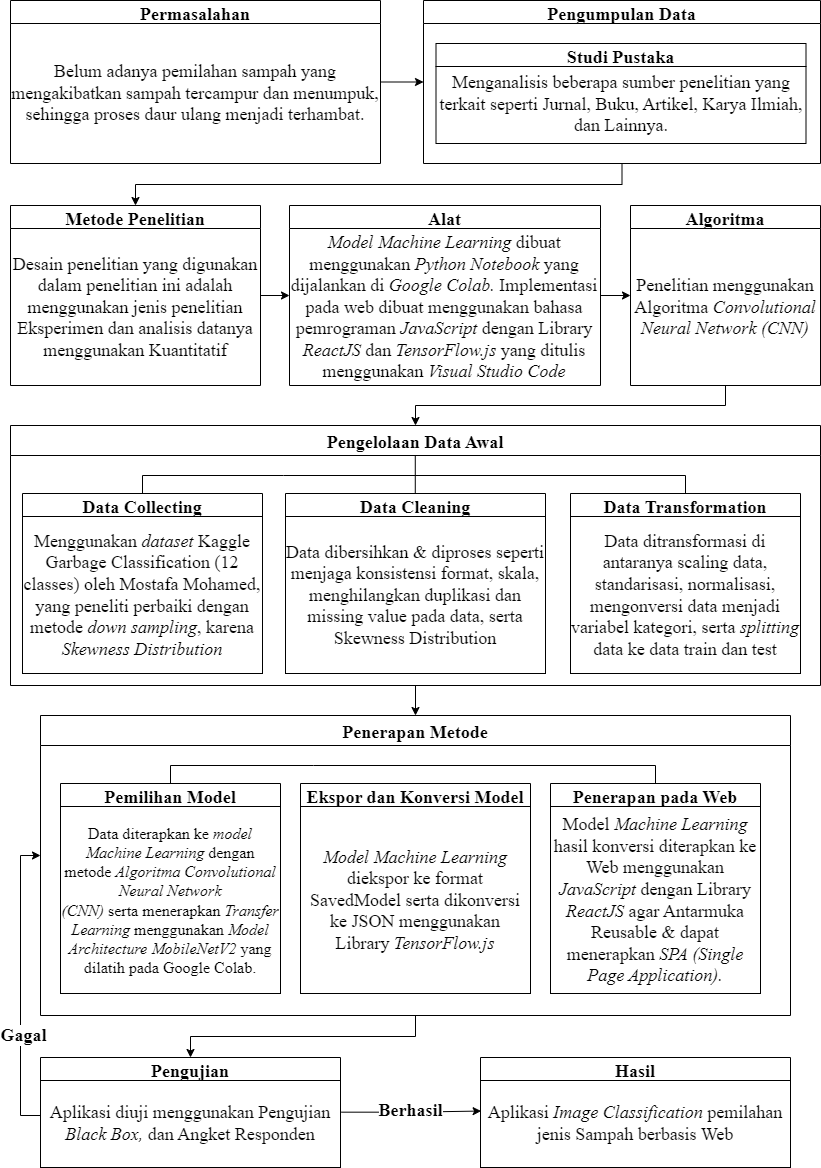
The draw.io diagram mindmap setelah sempro.drawio.png in virgiawankusuma/drawio-archive-skripsi, before a commit. Source tidied: cells renumbered, new cells last; positions are measured from the earlier drawing's top-left corner, leaving out a move shared by most shapes. The source it was exported from:
```xml
<mxGraphModel>
  <root>
    <mxCell id="0" />
    <mxCell id="1" parent="0" />
    <mxCell id="2" style="edgeStyle=orthogonalEdgeStyle;rounded=0;jettySize=auto;html=1;exitX=0.5;exitY=1;exitDx=0;exitDy=0;entryX=0.5;entryY=0;entryDx=0;entryDy=0;fontSize=10;" parent="1" edge="1" source="3" target="20">
      <mxGeometry relative="1" as="geometry" />
    </mxCell>
    <mxCell id="3" value="Pengelolaan Data Awal" style="swimlane;fontFamily=Times New Roman;fontSize=18;startSize=30;" parent="1" vertex="1">
      <mxGeometry y="425" width="810" height="260" as="geometry" />
    </mxCell>
    <mxCell id="4" value="Data Collecting" style="swimlane;fontFamily=Times New Roman;fontSize=18;" parent="3" vertex="1">
      <mxGeometry x="12" y="68" width="240" height="180" as="geometry" />
    </mxCell>
    <mxCell id="5" value="&lt;font style=&quot;font-size: 18px;&quot;&gt;&lt;span style=&quot;background-color: initial; font-size: 18px;&quot;&gt;Menggunakan &lt;i style=&quot;font-size: 18px;&quot;&gt;dataset &lt;/i&gt;Kaggle Garbage Classification (12 classes) oleh Mostafa Mohamed, yang peneliti perbaiki dengan metode &lt;i style=&quot;font-size: 18px;&quot;&gt;down sampling&lt;/i&gt;, karena &lt;i style=&quot;font-size: 18px;&quot;&gt;Skewness Distribution&lt;/i&gt;&lt;br style=&quot;font-size: 18px;&quot;&gt;&lt;/span&gt;&lt;/font&gt;" style="rounded=0;whiteSpace=wrap;html=1;fontFamily=Times New Roman;fontSize=18;" parent="4" vertex="1">
      <mxGeometry y="23" width="240" height="157" as="geometry" />
    </mxCell>
    <mxCell id="6" value="Data Cleaning" style="swimlane;fontFamily=Times New Roman;fontSize=18;" parent="3" vertex="1">
      <mxGeometry x="275" y="68" width="260" height="180" as="geometry" />
    </mxCell>
    <mxCell id="7" value="&lt;font face=&quot;Times New Roman&quot; style=&quot;font-size: 18px;&quot;&gt;Data dibersihkan &amp;amp; diproses seperti menjaga konsistensi format, skala, menghilangkan duplikasi dan missing value pada data, serta Skewness Distribution&lt;/font&gt;" style="rounded=0;whiteSpace=wrap;html=1;fontFamily=Helvetica;fontSize=12;" parent="6" vertex="1">
      <mxGeometry y="23" width="260" height="157" as="geometry" />
    </mxCell>
    <mxCell id="8" style="endArrow=none;html=1;rounded=0;fontSize=10;entryX=0.5;entryY=0;entryDx=0;entryDy=0;exitX=0.5;exitY=0;exitDx=0;exitDy=0;" parent="3" edge="1" source="4" target="9">
      <mxGeometry relative="1" as="geometry">
        <Array as="points">
          <mxPoint x="132" y="50" />
          <mxPoint x="273" y="50" />
          <mxPoint x="675" y="50" />
        </Array>
      </mxGeometry>
    </mxCell>
    <mxCell id="9" value="Data Transformation" style="swimlane;fontFamily=Times New Roman;fontSize=18;" parent="3" vertex="1">
      <mxGeometry x="560" y="68" width="230" height="180" as="geometry" />
    </mxCell>
    <mxCell id="10" value="&lt;font style=&quot;font-size: 18px;&quot;&gt;Data ditransformasi di antaranya scaling data, standarisasi, normalisasi, mengonversi data menjadi variabel kategori, serta &lt;i style=&quot;font-size: 18px;&quot;&gt;splitting&lt;/i&gt; data ke data train dan test&lt;/font&gt;" style="rounded=0;whiteSpace=wrap;html=1;fontFamily=Times New Roman;fontSize=18;" parent="9" vertex="1">
      <mxGeometry y="23" width="230" height="157" as="geometry" />
    </mxCell>
    <mxCell id="11" style="endArrow=none;html=1;rounded=0;fontSize=10;exitX=0.5;exitY=0;exitDx=0;exitDy=0;" parent="3" edge="1">
      <mxGeometry relative="1" as="geometry">
        <mxPoint x="404.8" y="68" as="sourcePoint" />
        <mxPoint x="404.8" y="30" as="targetPoint" />
      </mxGeometry>
    </mxCell>
    <mxCell id="12" style="edgeStyle=orthogonalEdgeStyle;rounded=0;jettySize=auto;html=1;fontSize=12;" parent="1" edge="1" source="15">
      <mxGeometry relative="1" as="geometry">
        <mxPoint x="30" y="855" as="targetPoint" />
        <Array as="points">
          <mxPoint x="10" y="1115" />
          <mxPoint x="10" y="855" />
        </Array>
      </mxGeometry>
    </mxCell>
    <mxCell id="13" value="&lt;b style=&quot;font-size: 18px;&quot;&gt;Gagal&lt;/b&gt;" style="edgeLabel;html=1;align=center;verticalAlign=middle;fontSize=18;fontFamily=Times New Roman;" parent="12" vertex="1">
      <mxGeometry x="-0.43" y="4" relative="1" as="geometry">
        <mxPoint x="6" y="-14" as="offset" />
      </mxGeometry>
    </mxCell>
    <mxCell id="14" value="&lt;b style=&quot;font-size: 18px;&quot;&gt;Berhasil&lt;/b&gt;" style="edgeStyle=orthogonalEdgeStyle;rounded=0;jettySize=auto;html=1;entryX=0.002;entryY=0.351;entryDx=0;entryDy=0;fontSize=18;entryPerimeter=0;fontFamily=Times New Roman;exitX=1.003;exitY=0.364;exitDx=0;exitDy=0;exitPerimeter=0;" parent="1" edge="1" source="16" target="18">
      <mxGeometry relative="1" as="geometry" />
    </mxCell>
    <mxCell id="15" value="Pengujian" style="swimlane;fontFamily=Times New Roman;fontSize=18;" parent="1" vertex="1">
      <mxGeometry x="30" y="1057" width="300" height="110" as="geometry" />
    </mxCell>
    <mxCell id="16" value="&lt;font face=&quot;Times New Roman&quot; style=&quot;font-size: 18px;&quot;&gt;Aplikasi diuji menggunakan Pengujian &lt;i&gt;Black Box, &lt;/i&gt;dan Angket Responden&lt;/font&gt;" style="rounded=0;whiteSpace=wrap;html=1;fontFamily=Helvetica;fontSize=12;" parent="15" vertex="1">
      <mxGeometry y="23" width="300" height="87" as="geometry" />
    </mxCell>
    <mxCell id="17" value="Hasil" style="swimlane;fontFamily=Times New Roman;fontSize=18;startSize=23;" parent="1" vertex="1">
      <mxGeometry x="470" y="1057" width="310" height="110" as="geometry" />
    </mxCell>
    <mxCell id="18" value="&lt;font style=&quot;font-size: 18px;&quot; face=&quot;Times New Roman&quot;&gt;Aplikasi &lt;i&gt;Image Classification&lt;/i&gt; pemilahan jenis Sampah berbasis Web&lt;/font&gt;" style="rounded=0;whiteSpace=wrap;html=1;fontFamily=Helvetica;fontSize=12;" parent="17" vertex="1">
      <mxGeometry y="23" width="310" height="87" as="geometry" />
    </mxCell>
    <mxCell id="19" style="edgeStyle=orthogonalEdgeStyle;rounded=0;jettySize=auto;html=1;exitX=0.5;exitY=1;exitDx=0;exitDy=0;" parent="1" edge="1" source="20" target="15">
      <mxGeometry relative="1" as="geometry" />
    </mxCell>
    <mxCell id="20" value="Penerapan Metode" style="swimlane;fontFamily=Times New Roman;fontSize=18;startSize=30;" parent="1" vertex="1">
      <mxGeometry x="30" y="715" width="750" height="300" as="geometry" />
    </mxCell>
    <mxCell id="21" value="Pemilihan Model" style="swimlane;fontFamily=Times New Roman;fontSize=18;" parent="20" vertex="1">
      <mxGeometry x="20" y="68" width="220" height="202" as="geometry" />
    </mxCell>
    <mxCell id="22" value="&lt;font face=&quot;Times New Roman&quot; style=&quot;font-size: 16px;&quot;&gt;Data diterapkan ke &lt;i&gt;model Machine Learning&lt;/i&gt;&amp;nbsp;dengan metode &lt;i&gt;Algoritma&amp;nbsp;Convolutional Neural Network (CNN)&amp;nbsp;&lt;/i&gt;serta&amp;nbsp;menerapkan &lt;i&gt;Transfer Learning &lt;/i&gt;menggunakan &lt;i&gt;Model Architecture MobileNetV2&lt;/i&gt;&amp;nbsp;yang dilatih pada Google Colab.&lt;/font&gt;" style="rounded=0;whiteSpace=wrap;html=1;fontFamily=Helvetica;fontSize=12;" parent="21" vertex="1">
      <mxGeometry y="23" width="220" height="187" as="geometry" />
    </mxCell>
    <mxCell id="23" value="Ekspor dan Konversi Model" style="swimlane;fontFamily=Times New Roman;fontSize=18;" parent="20" vertex="1">
      <mxGeometry x="260" y="68" width="230" height="210" as="geometry" />
    </mxCell>
    <mxCell id="24" value="&lt;font face=&quot;Times New Roman&quot; style=&quot;font-size: 18px;&quot;&gt;&lt;i&gt;Model Machine Learning &lt;/i&gt;diekspor ke format SavedModel serta dikonversi ke JSON menggunakan Library &lt;i&gt;TensorFlow.js&lt;/i&gt;&lt;/font&gt;" style="rounded=0;whiteSpace=wrap;html=1;fontFamily=Helvetica;fontSize=12;" parent="23" vertex="1">
      <mxGeometry y="23" width="230" height="187" as="geometry" />
    </mxCell>
    <mxCell id="25" value="Penerapan pada Web" style="swimlane;fontFamily=Times New Roman;fontSize=18;" parent="20" vertex="1">
      <mxGeometry x="510" y="68" width="210" height="210" as="geometry" />
    </mxCell>
    <mxCell id="26" value="&lt;font face=&quot;Times New Roman&quot; style=&quot;font-size: 18px;&quot;&gt;Model &lt;i&gt;Machine Learning &lt;/i&gt;hasil konversi diterapkan ke Web menggunakan &lt;i&gt;JavaScript&lt;/i&gt; dengan Library &lt;i&gt;ReactJS&lt;/i&gt; agar Antarmuka Reusable &amp;amp; dapat menerapkan &lt;i&gt;SPA (Single Page Application).&lt;/i&gt;&lt;/font&gt;" style="rounded=0;whiteSpace=wrap;html=1;fontFamily=Helvetica;fontSize=12;" parent="25" vertex="1">
      <mxGeometry y="23" width="210" height="187" as="geometry" />
    </mxCell>
    <mxCell id="27" style="endArrow=none;html=1;rounded=0;fontSize=10;entryX=0.5;entryY=0;entryDx=0;entryDy=0;exitX=0.5;exitY=0;exitDx=0;exitDy=0;" parent="20" edge="1" source="21" target="25">
      <mxGeometry relative="1" as="geometry">
        <Array as="points">
          <mxPoint x="130" y="50" />
          <mxPoint x="273" y="50" />
          <mxPoint x="615" y="50" />
        </Array>
      </mxGeometry>
    </mxCell>
    <mxCell id="28" style="edgeStyle=orthogonalEdgeStyle;rounded=0;jettySize=auto;html=1;exitX=1;exitY=0.5;exitDx=0;exitDy=0;entryX=0;entryY=0.5;entryDx=0;entryDy=0;fontFamily=Times New Roman;fontSize=18;" parent="1" edge="1" source="29" target="32">
      <mxGeometry relative="1" as="geometry" />
    </mxCell>
    <mxCell id="29" value="Permasalahan" style="swimlane;fontFamily=Times New Roman;fontSize=18;" parent="1" vertex="1">
      <mxGeometry width="370" height="163" as="geometry" />
    </mxCell>
    <mxCell id="30" value="&lt;font style=&quot;font-size: 18px;&quot;&gt;Belum adanya pemilahan sampah yang mengakibatkan sampah tercampur dan menumpuk, sehingga proses daur ulang menjadi terhambat&lt;span style=&quot;font-family: &amp;quot;Times New Roman&amp;quot;, serif;&quot;&gt;.&lt;/span&gt;&lt;/font&gt;" style="text;whiteSpace=wrap;html=1;fontSize=18;fontFamily=Times New Roman;align=center;verticalAlign=middle;" parent="29" vertex="1">
      <mxGeometry y="23" width="370" height="140" as="geometry" />
    </mxCell>
    <mxCell id="31" style="edgeStyle=orthogonalEdgeStyle;rounded=0;jettySize=auto;html=1;exitX=0.5;exitY=1;exitDx=0;exitDy=0;entryX=0.5;entryY=0;entryDx=0;entryDy=0;fontFamily=Times New Roman;fontSize=18;" parent="1" edge="1" source="32" target="36">
      <mxGeometry relative="1" as="geometry" />
    </mxCell>
    <mxCell id="32" value="Pengumpulan Data" style="swimlane;fontFamily=Times New Roman;fontSize=18;" parent="1" vertex="1">
      <mxGeometry x="413" width="397" height="163" as="geometry" />
    </mxCell>
    <mxCell id="33" value="Studi Pustaka" style="swimlane;fontSize=18;fontFamily=Times New Roman;" parent="32" vertex="1">
      <mxGeometry x="12.5" y="43" width="370" height="100" as="geometry" />
    </mxCell>
    <mxCell id="34" value="&lt;font face=&quot;Times New Roman&quot; style=&quot;font-size: 18px;&quot;&gt;Menganalisis beberapa sumber penelitian yang terkait seperti Jurnal, Buku, Artikel, Karya Ilmiah, dan Lainnya.&lt;/font&gt;" style="text;whiteSpace=wrap;html=1;align=center;verticalAlign=middle;" parent="33" vertex="1">
      <mxGeometry y="24" width="370" height="74.5" as="geometry" />
    </mxCell>
    <mxCell id="35" style="edgeStyle=orthogonalEdgeStyle;rounded=0;jettySize=auto;html=1;exitX=1;exitY=0.5;exitDx=0;exitDy=0;entryX=0;entryY=0.5;entryDx=0;entryDy=0;fontFamily=Times New Roman;fontSize=18;" parent="1" edge="1" source="36" target="39">
      <mxGeometry relative="1" as="geometry" />
    </mxCell>
    <mxCell id="36" value="Metode Penelitian" style="swimlane;fontFamily=Times New Roman;fontSize=18;" parent="1" vertex="1">
      <mxGeometry y="205" width="250" height="180" as="geometry" />
    </mxCell>
    <mxCell id="37" value="Desain penelitian yang digunakan dalam penelitian ini adalah menggunakan jenis penelitian Eksperimen dan analisis datanya menggunakan Kuantitatif" style="text;whiteSpace=wrap;html=1;fontSize=18;fontFamily=Times New Roman;align=center;verticalAlign=middle;" parent="36" vertex="1">
      <mxGeometry y="23" width="250" height="157" as="geometry" />
    </mxCell>
    <mxCell id="38" style="edgeStyle=orthogonalEdgeStyle;rounded=0;jettySize=auto;html=1;entryX=0;entryY=0.5;entryDx=0;entryDy=0;fontFamily=Times New Roman;fontSize=18;" parent="1" edge="1" source="39" target="41">
      <mxGeometry relative="1" as="geometry" />
    </mxCell>
    <mxCell id="39" value="Alat" style="swimlane;fontFamily=Times New Roman;fontSize=18;" parent="1" vertex="1">
      <mxGeometry x="279" y="205" width="311" height="180" as="geometry" />
    </mxCell>
    <mxCell id="40" value="&lt;i&gt;&lt;span&gt;Model Machine Learning&lt;/span&gt;&lt;/i&gt;&lt;span&gt; dibuat menggunakan &lt;i&gt;Python&lt;/i&gt; &lt;i&gt;Notebook&lt;/i&gt; yang dijalankan di &lt;i&gt;Google Colab.&amp;nbsp;&lt;/i&gt;&lt;/span&gt;Implementasi pada web dibuat menggunakan bahasa pemrograman &lt;i&gt;JavaScript &lt;/i&gt;dengan Library &lt;i&gt;ReactJS &lt;/i&gt;dan &lt;i&gt;TensorFlow.js&lt;/i&gt; yang ditulis menggunakan &lt;i&gt;Visual Studio Code&lt;/i&gt;" style="text;whiteSpace=wrap;html=1;fontSize=18;fontFamily=Times New Roman;align=center;verticalAlign=middle;" parent="39" vertex="1">
      <mxGeometry y="23" width="310" height="157" as="geometry" />
    </mxCell>
    <mxCell id="41" value="Algoritma" style="swimlane;fontFamily=Times New Roman;fontSize=18;" parent="1" vertex="1">
      <mxGeometry x="620" y="205" width="190" height="180" as="geometry" />
    </mxCell>
    <mxCell id="42" value="Penelitian menggunakan Algoritma &lt;i&gt;Convolutional Neural Network (CNN)&lt;/i&gt;" style="text;whiteSpace=wrap;html=1;fontSize=18;fontFamily=Times New Roman;align=center;verticalAlign=middle;" parent="41" vertex="1">
      <mxGeometry y="23" width="190" height="157" as="geometry" />
    </mxCell>
    <mxCell id="43" style="edgeStyle=orthogonalEdgeStyle;rounded=0;jettySize=auto;html=1;exitX=0.5;exitY=1;exitDx=0;exitDy=0;entryX=0.5;entryY=0;entryDx=0;entryDy=0;fontFamily=Times New Roman;fontSize=17;" parent="1" edge="1" source="42" target="3">
      <mxGeometry relative="1" as="geometry" />
    </mxCell>
  </root>
</mxGraphModel>
```
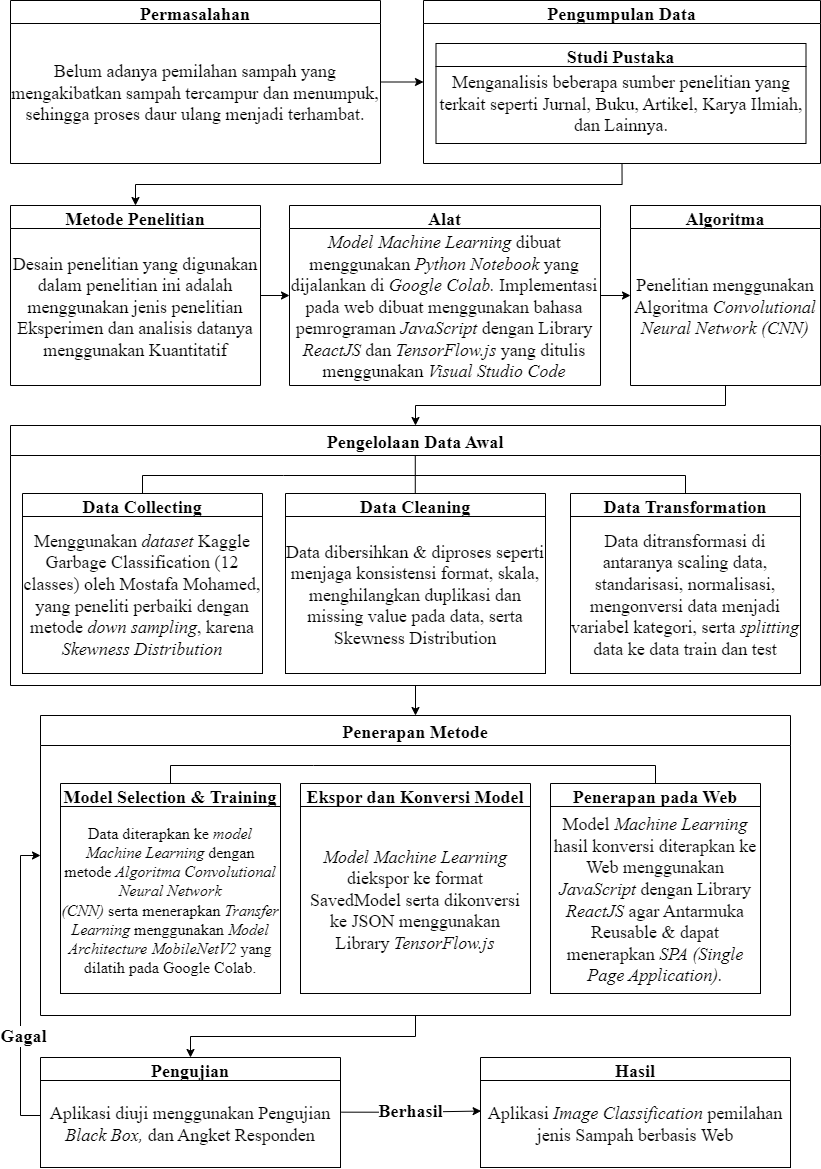
After the change.

Change to the diagram source:
```diff
@@ -76,7 +76,7 @@
     <mxCell id="20" value="Penerapan Metode" style="swimlane;fontFamily=Times New Roman;fontSize=18;startSize=30;" parent="1" vertex="1">
       <mxGeometry x="30" y="715" width="750" height="300" as="geometry" />
     </mxCell>
-    <mxCell id="21" value="Pemilihan Model" style="swimlane;fontFamily=Times New Roman;fontSize=18;" parent="20" vertex="1">
+    <mxCell id="21" value="Model Selection &amp; Training" style="swimlane;fontFamily=Times New Roman;fontSize=18;" parent="20" vertex="1">
       <mxGeometry x="20" y="68" width="220" height="202" as="geometry" />
     </mxCell>
     <mxCell id="22" value="&lt;font face=&quot;Times New Roman&quot; style=&quot;font-size: 16px;&quot;&gt;Data diterapkan ke &lt;i&gt;model Machine Learning&lt;/i&gt;&amp;nbsp;dengan metode &lt;i&gt;Algoritma&amp;nbsp;Convolutional Neural Network (CNN)&amp;nbsp;&lt;/i&gt;serta&amp;nbsp;menerapkan &lt;i&gt;Transfer Learning &lt;/i&gt;menggunakan &lt;i&gt;Model Architecture MobileNetV2&lt;/i&gt;&amp;nbsp;yang dilatih pada Google Colab.&lt;/font&gt;" style="rounded=0;whiteSpace=wrap;html=1;fontFamily=Helvetica;fontSize=12;" parent="21" vertex="1">
```
